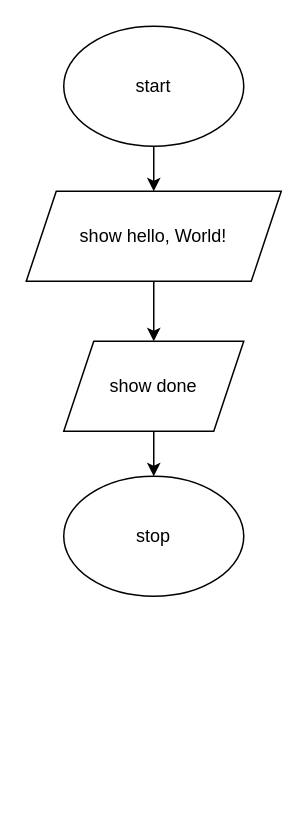
Earlier version of the draw.io diagram flow.drawio (devin-jhu/ics4u-unit1-01-typescripct). Source tidied: cells renumbered, new cells numbered last; positions are measured from the earlier drawing's top-left corner, leaving out a move shared by most shapes. Both pictures are drawn from the tidied source at 150%, with x=0, y=0 at pixel (26, 26).
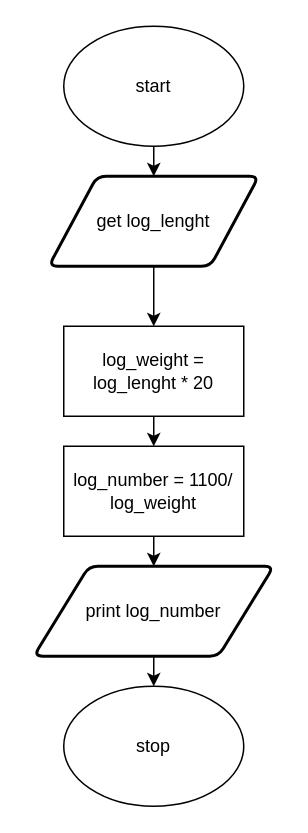
The same diagram, later.

What changed in the source:
```diff
@@
 <mxGraphModel>
   <root>
     <mxCell id="0" />
     <mxCell id="1" parent="0" />
-    <mxCell id="2" style="edgeStyle=none;html=1;exitX=0.5;exitY=1;exitDx=0;exitDy=0;" parent="1" edge="1" source="3" target="5">
-      <mxGeometry relative="1" as="geometry" />
-    </mxCell>
+    <mxCell id="9" style="edgeStyle=none;html=1;exitX=0.5;exitY=1;exitDx=0;exitDy=0;entryX=0.5;entryY=0;entryDx=0;entryDy=0;" parent="1" edge="1" source="3" target="12">
+      <mxGeometry relative="1" as="geometry" />
+    </mxCell>
     <mxCell id="3" value="start" style="ellipse;whiteSpace=wrap;html=1;" parent="1" vertex="1">
       <mxGeometry x="25" width="120" height="80" as="geometry" />
     </mxCell>
-    <mxCell id="4" style="edgeStyle=none;html=1;exitX=0.5;exitY=1;exitDx=0;exitDy=0;" parent="1" edge="1" source="5" target="7">
-      <mxGeometry relative="1" as="geometry" />
-    </mxCell>
-    <mxCell id="5" value="show hello, World!" style="shape=parallelogram;perimeter=parallelogramPerimeter;whiteSpace=wrap;html=1;fixedSize=1;" parent="1" vertex="1">
-      <mxGeometry y="110" width="170" height="60" as="geometry" />
-    </mxCell>
+    <mxCell id="8" value="stop" style="ellipse;whiteSpace=wrap;html=1;" parent="1" vertex="1">
+      <mxGeometry x="25" y="440" width="120" height="80" as="geometry" />
+    </mxCell>
+    <mxCell id="10" style="edgeStyle=none;html=1;exitX=0.5;exitY=1;exitDx=0;exitDy=0;entryX=0.5;entryY=0;entryDx=0;entryDy=0;" parent="1" edge="1" source="6" target="14">
+      <mxGeometry relative="1" as="geometry" />
+    </mxCell>
-    <mxCell id="6" style="edgeStyle=none;html=1;exitX=0.5;exitY=1;exitDx=0;exitDy=0;" parent="1" edge="1" source="7" target="8">
-      <mxGeometry relative="1" as="geometry" />
+    <mxCell id="6" value="log_weight = log_lenght * 20" style="rounded=0;whiteSpace=wrap;html=1;" parent="1" vertex="1">
+      <mxGeometry x="25" y="200" width="120" height="60" as="geometry" />
     </mxCell>
-    <mxCell id="7" value="show done" style="shape=parallelogram;perimeter=parallelogramPerimeter;whiteSpace=wrap;html=1;fixedSize=1;" parent="1" vertex="1">
-      <mxGeometry x="25" y="210" width="120" height="60" as="geometry" />
-    </mxCell>
-    <mxCell id="8" value="stop" style="ellipse;whiteSpace=wrap;html=1;" parent="1" vertex="1">
-      <mxGeometry x="25" y="300" width="120" height="80" as="geometry" />
-    </mxCell>
+    <mxCell id="11" style="edgeStyle=none;html=1;exitX=0.5;exitY=1;exitDx=0;exitDy=0;" parent="1" edge="1" source="12" target="6">
+      <mxGeometry relative="1" as="geometry" />
+    </mxCell>
+    <mxCell id="12" value="get log_lenght" style="shape=parallelogram;html=1;strokeWidth=2;perimeter=parallelogramPerimeter;whiteSpace=wrap;rounded=1;arcSize=12;size=0.23;" parent="1" vertex="1">
+      <mxGeometry x="15" y="100" width="140" height="60" as="geometry" />
+    </mxCell>
+    <mxCell id="13" style="edgeStyle=none;html=1;exitX=0.5;exitY=1;exitDx=0;exitDy=0;entryX=0.5;entryY=0;entryDx=0;entryDy=0;" parent="1" edge="1" source="14" target="16">
+      <mxGeometry relative="1" as="geometry" />
+    </mxCell>
+    <mxCell id="14" value="log_number = 1100/ log_weight" style="rounded=0;whiteSpace=wrap;html=1;" parent="1" vertex="1">
+      <mxGeometry x="25" y="280" width="120" height="60" as="geometry" />
+    </mxCell>
+    <mxCell id="15" style="edgeStyle=none;html=1;exitX=0.5;exitY=1;exitDx=0;exitDy=0;entryX=0.5;entryY=0;entryDx=0;entryDy=0;" parent="1" edge="1" source="16" target="8">
+      <mxGeometry relative="1" as="geometry" />
+    </mxCell>
+    <mxCell id="16" value="print log_number" style="shape=parallelogram;html=1;strokeWidth=2;perimeter=parallelogramPerimeter;whiteSpace=wrap;rounded=1;arcSize=12;size=0.23;" parent="1" vertex="1">
+      <mxGeometry x="5" y="360" width="160" height="60" as="geometry" />
+    </mxCell>
   </root>
 </mxGraphModel>
```
